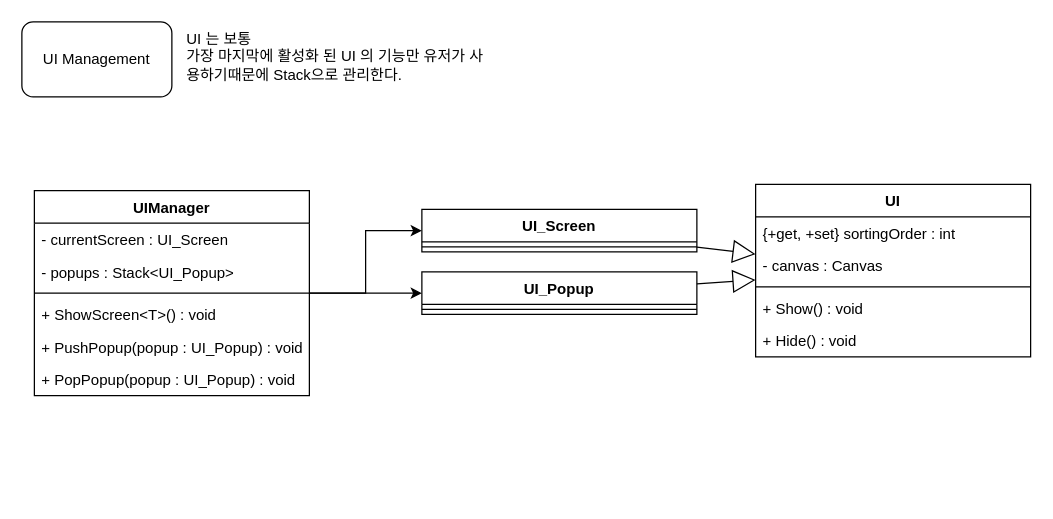
The draw.io diagram UGUIManagement.drawio in luke-youngmin-cho/ETL_Unity11, before the edit. Source tidied: cells renumbered, new cells numbered last; positions are measured from the earlier drawing's top-left corner, leaving out a move shared by most shapes. Both pictures are drawn from the tidied source at 125%, with x=0, y=0 at pixel (21, 21).
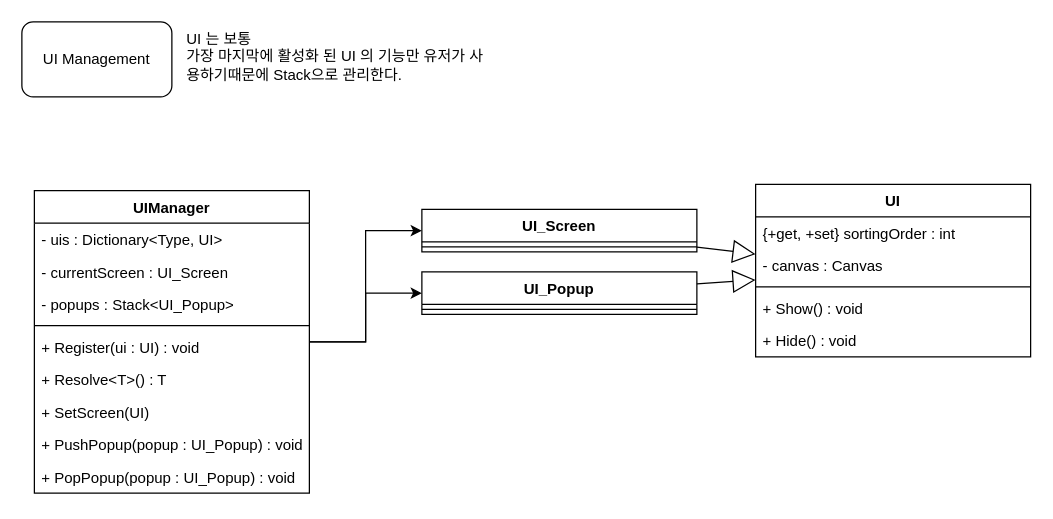
The same diagram, later.

The edit, as a diff of the source:
```diff
@@
     <mxCell id="18" value="UIManager" style="swimlane;fontStyle=1;align=center;verticalAlign=top;horizontal=1;startSize=26;whiteSpace=wrap;html=1;" parent="1" vertex="1">
-      <mxGeometry x="10" y="135" width="220" height="164" as="geometry" />
+      <mxGeometry x="10" y="135" width="220" height="242" as="geometry" />
     </mxCell>
+    <mxCell id="25" value="- uis : Dictionary&amp;lt;Type, UI&amp;gt;&amp;nbsp;" style="text;strokeColor=none;fillColor=none;align=left;verticalAlign=top;spacingLeft=4;spacingRight=4;overflow=hidden;whiteSpace=wrap;html=1;" parent="18" vertex="1">
+      <mxGeometry y="26" width="220" height="26" as="geometry" />
+    </mxCell>
     <mxCell id="19" value="- currentScreen : UI_Screen" style="text;strokeColor=none;fillColor=none;align=left;verticalAlign=top;spacingLeft=4;spacingRight=4;overflow=hidden;whiteSpace=wrap;html=1;" parent="18" vertex="1">
-      <mxGeometry y="26" width="220" height="26" as="geometry" />
+      <mxGeometry y="52" width="220" height="26" as="geometry" />
     </mxCell>
     <mxCell id="20" value="- popups : Stack&amp;lt;UI_Popup&amp;gt;" style="text;strokeColor=none;fillColor=none;align=left;verticalAlign=top;spacingLeft=4;spacingRight=4;overflow=hidden;whiteSpace=wrap;html=1;" parent="18" vertex="1">
-      <mxGeometry y="52" width="220" height="26" as="geometry" />
+      <mxGeometry y="78" width="220" height="26" as="geometry" />
     </mxCell>
     <mxCell id="21" style="line;strokeWidth=1;fillColor=none;align=left;verticalAlign=middle;spacingTop=-1;spacingLeft=3;spacingRight=3;labelPosition=right;strokeColor=inherit;" parent="18" vertex="1">
-      <mxGeometry y="78" width="220" height="8" as="geometry" />
+      <mxGeometry y="104" width="220" height="8" as="geometry" />
     </mxCell>
+    <mxCell id="26" value="+ Register(ui : UI) : void" style="text;strokeColor=none;fillColor=none;align=left;verticalAlign=top;spacingLeft=4;spacingRight=4;overflow=hidden;whiteSpace=wrap;html=1;" parent="18" vertex="1">
+      <mxGeometry y="112" width="220" height="26" as="geometry" />
+    </mxCell>
+    <mxCell id="27" value="+ Resolve&amp;lt;T&amp;gt;() : T" style="text;strokeColor=none;fillColor=none;align=left;verticalAlign=top;spacingLeft=4;spacingRight=4;overflow=hidden;whiteSpace=wrap;html=1;" parent="18" vertex="1">
+      <mxGeometry y="138" width="220" height="26" as="geometry" />
+    </mxCell>
-    <mxCell id="22" value="+ ShowScreen&amp;lt;T&amp;gt;() : void" style="text;strokeColor=none;fillColor=none;align=left;verticalAlign=top;spacingLeft=4;spacingRight=4;overflow=hidden;whiteSpace=wrap;html=1;" parent="18" vertex="1">
-      <mxGeometry y="86" width="220" height="26" as="geometry" />
+    <mxCell id="22" value="+ SetScreen(UI)" style="text;strokeColor=none;fillColor=none;align=left;verticalAlign=top;spacingLeft=4;spacingRight=4;overflow=hidden;whiteSpace=wrap;html=1;" parent="18" vertex="1">
+      <mxGeometry y="164" width="220" height="26" as="geometry" />
     </mxCell>
     <mxCell id="23" value="+ PushPopup(popup : UI_Popup) : void" style="text;strokeColor=none;fillColor=none;align=left;verticalAlign=top;spacingLeft=4;spacingRight=4;overflow=hidden;whiteSpace=wrap;html=1;" parent="18" vertex="1">
-      <mxGeometry y="112" width="220" height="26" as="geometry" />
+      <mxGeometry y="190" width="220" height="26" as="geometry" />
     </mxCell>
     <mxCell id="24" value="+ PopPopup(popup : UI_Popup) : void" style="text;strokeColor=none;fillColor=none;align=left;verticalAlign=top;spacingLeft=4;spacingRight=4;overflow=hidden;whiteSpace=wrap;html=1;" parent="18" vertex="1">
-      <mxGeometry y="138" width="220" height="26" as="geometry" />
+      <mxGeometry y="216" width="220" height="26" as="geometry" />
     </mxCell>
```
